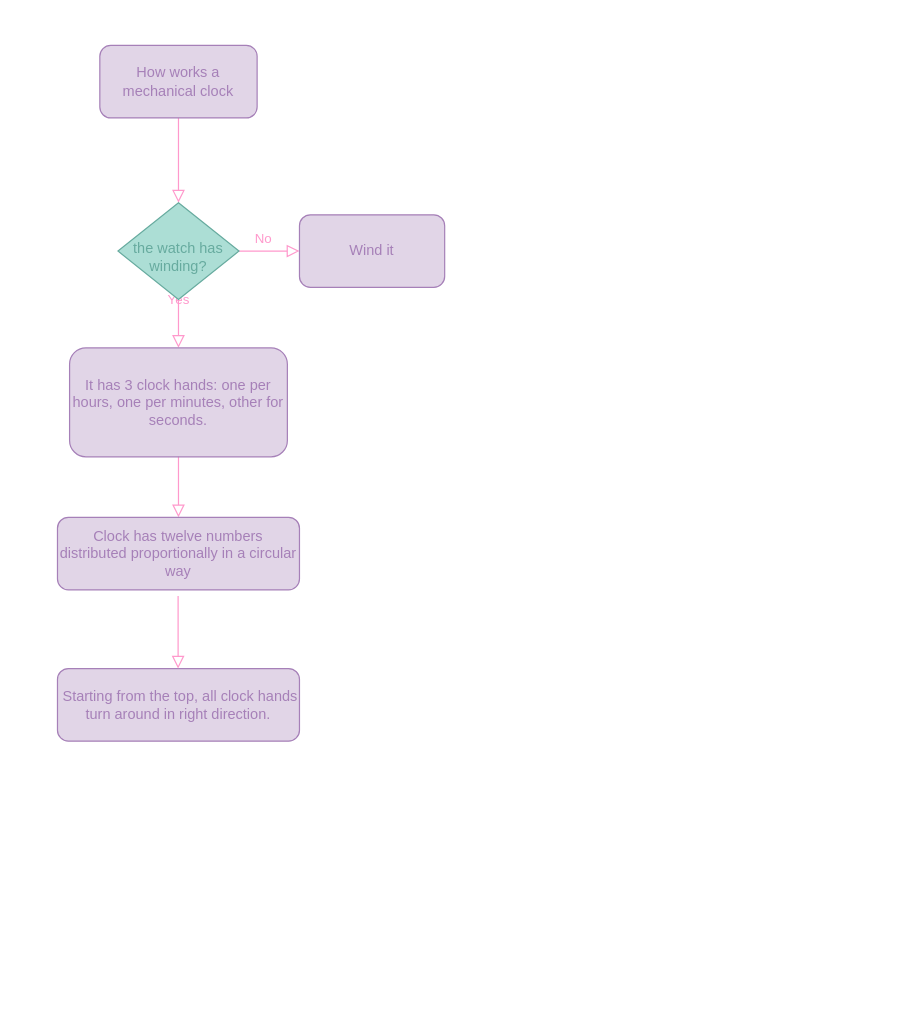
Earlier version of the draw.io diagram Untitled Diagram.drawio (PlatziMaster/challenge-prework-01). Source tidied: cells renumbered, new cells numbered last; positions are measured from the earlier drawing's top-left corner, leaving out a move shared by most shapes. Both pictures are drawn from the tidied source at 121%, with x=0, y=0 at pixel (57, 45).
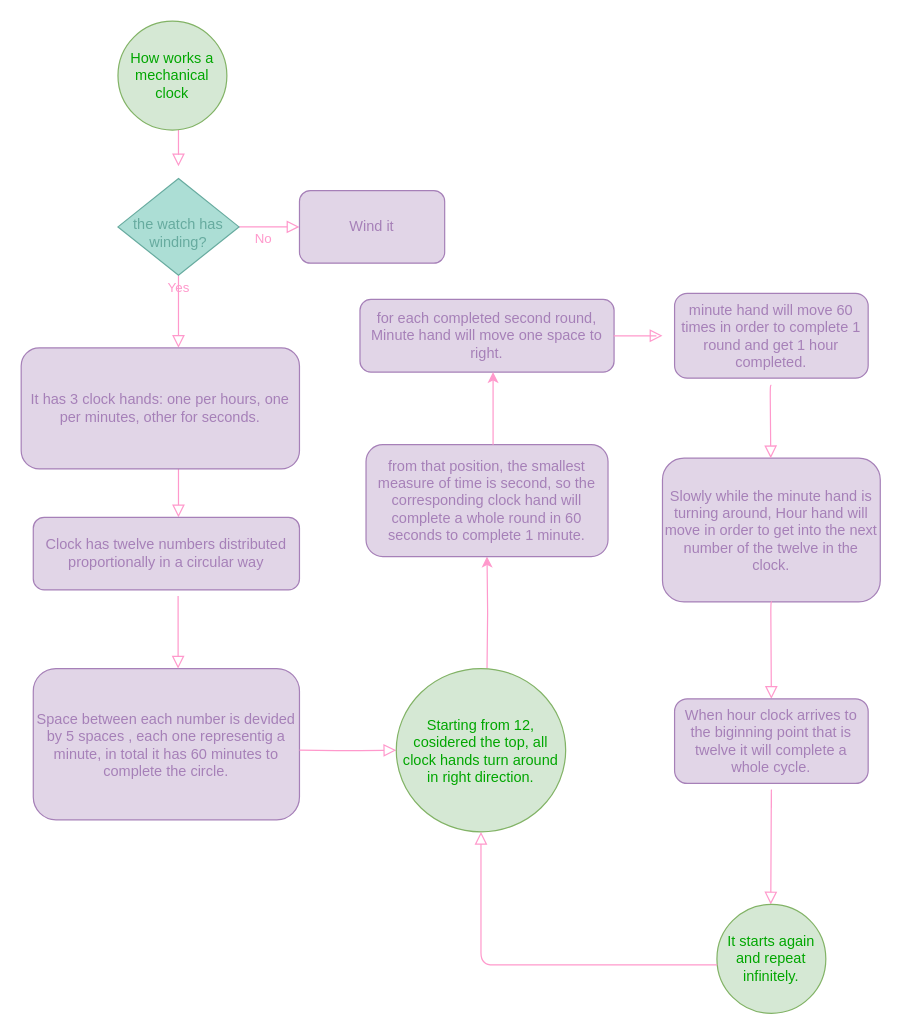
The same page after the edit.

Commit message:
Completed clock process.

The edit, as a diff of the source:
```diff
@@
-    <mxCell id="2" style="html=1;jettySize=auto;fontSize=11;endArrow=block;endFill=0;endSize=8;strokeWidth=1;shadow=0;labelBackgroundColor=none;edgeStyle=orthogonalEdgeStyle;fillColor=#d80073;strokeColor=#FF99CC;rounded=1;" parent="1" edge="1" source="3" target="6">
+    <mxCell id="2" style="html=1;jettySize=auto;orthogonalLoop=1;fontSize=11;endArrow=block;endFill=0;endSize=8;strokeWidth=1;shadow=0;labelBackgroundColor=none;edgeStyle=orthogonalEdgeStyle;fillColor=#d80073;strokeColor=#FF99CC;rounded=1;" parent="1" edge="1">
       <mxGeometry relative="1" as="geometry">
+        <mxPoint x="100" y="60" as="sourcePoint" />
+        <mxPoint x="100" y="100" as="targetPoint" />
         <Array as="points">
           <mxPoint x="100" y="90" />
           <mxPoint x="100" y="90" />
         </Array>
       </mxGeometry>
     </mxCell>
-    <mxCell id="3" value="&lt;font color=&quot;#a680b8&quot;&gt;How works a mechanical clock&lt;/font&gt;" style="rounded=1;whiteSpace=wrap;html=1;fontSize=12;glass=0;strokeWidth=1;shadow=0;fillColor=#e1d5e7;strokeColor=#A680B8;fontFamily=Helvetica;" parent="1" vertex="1">
-      <mxGeometry x="35" width="130" height="60" as="geometry" />
-    </mxCell>
@@
-    <mxCell id="5" style="edgeStyle=orthogonalEdgeStyle;html=1;jettySize=auto;fontSize=11;endArrow=block;endFill=0;endSize=8;strokeWidth=1;shadow=0;labelBackgroundColor=none;fillColor=#d80073;strokeColor=#FF99CC;rounded=1;" parent="1" edge="1" source="6">
-      <mxGeometry x="0.2" y="20" relative="1" as="geometry">
-        <mxPoint x="200" y="170" as="targetPoint" />
-      </mxGeometry>
+    <mxCell id="5" style="edgeStyle=orthogonalEdgeStyle;html=1;jettySize=auto;fontSize=11;endArrow=block;endFill=0;endSize=8;strokeWidth=1;shadow=0;labelBackgroundColor=none;fillColor=#d80073;strokeColor=#FF99CC;rounded=1;entryX=0;entryY=0.5;entryDx=0;entryDy=0;" parent="1" edge="1" source="6" target="9">
+      <mxGeometry x="0.2" y="20" relative="1" as="geometry" />
     </mxCell>
     <mxCell id="6" value="&lt;div&gt;&lt;font color=&quot;#67ab9f&quot;&gt;&lt;br&gt;&lt;/font&gt;&lt;/div&gt;&lt;div&gt;&lt;font color=&quot;#67ab9f&quot;&gt;the watch has winding?&lt;/font&gt;&lt;/div&gt;" style="rhombus;whiteSpace=wrap;html=1;shadow=0;fontFamily=Helvetica;fontSize=12;align=center;strokeWidth=1;spacing=6;spacingTop=-4;strokeColor=#67AB9F;fillColor=#ACDED5;" parent="1" vertex="1">
-      <mxGeometry x="50" y="130" width="100" height="80" as="geometry" />
+      <mxGeometry x="50" y="110" width="100" height="80" as="geometry" />
     </mxCell>
@@
     <mxCell id="8" value="&lt;span style=&quot;color: rgb(166 , 128 , 184)&quot;&gt;It has 3 clock hands: one per hours, one per minutes, other for seconds.&lt;/span&gt;" style="rounded=1;whiteSpace=wrap;html=1;fontSize=12;glass=0;strokeWidth=1;shadow=0;fillColor=#e1d5e7;strokeColor=#A680B8;fontFamily=Helvetica;" parent="1" vertex="1">
-      <mxGeometry x="10" y="250" width="180" height="90" as="geometry" />
+      <mxGeometry x="-30" y="250" width="230" height="100" as="geometry" />
     </mxCell>
     <mxCell id="9" value="&lt;font color=&quot;#a680b8&quot;&gt;Wind it&lt;/font&gt;" style="rounded=1;whiteSpace=wrap;html=1;fontSize=12;glass=0;strokeWidth=1;shadow=0;fillColor=#e1d5e7;strokeColor=#A680B8;fontFamily=Helvetica;" parent="1" vertex="1">
-      <mxGeometry x="200" y="140" width="120" height="60" as="geometry" />
+      <mxGeometry x="200" y="120" width="120" height="60" as="geometry" />
     </mxCell>
-    <mxCell id="10" value="&lt;font color=&quot;#a680b8&quot;&gt;&amp;nbsp;Starting from the top, all clock hands turn around in right direction.&lt;/font&gt;" style="rounded=1;whiteSpace=wrap;html=1;fontSize=12;glass=0;strokeWidth=1;shadow=0;fillColor=#e1d5e7;strokeColor=#A680B8;" parent="1" vertex="1">
-      <mxGeometry y="515" width="200" height="60" as="geometry" />
+    <mxCell id="10" value="&lt;font color=&quot;#a680b8&quot;&gt;Space between each number is devided by 5 spaces , each one representig a minute, in total it has 60 minutes to complete the circle.&lt;/font&gt;" style="rounded=1;whiteSpace=wrap;html=1;fontSize=12;glass=0;strokeWidth=1;shadow=0;fillColor=#e1d5e7;strokeColor=#A680B8;" parent="1" vertex="1">
+      <mxGeometry x="-20" y="515" width="220" height="125" as="geometry" />
     </mxCell>
     <mxCell id="11" value="&lt;span style=&quot;color: rgb(166 , 128 , 184)&quot;&gt;Clock has twelve numbers distributed proportionally in a circular way&lt;/span&gt;" style="rounded=1;whiteSpace=wrap;html=1;fontColor=#FF99CC;fillColor=#E1D5E7;strokeColor=#A680B8;fontFamily=Helvetica;" parent="1" vertex="1">
-      <mxGeometry y="390" width="200" height="60" as="geometry" />
+      <mxGeometry x="-20" y="390" width="220" height="60" as="geometry" />
     </mxCell>
@@
+    <mxCell id="13" style="edgeStyle=orthogonalEdgeStyle;rounded=0;jettySize=auto;html=1;shadow=0;strokeColor=#FF99CC;fontFamily=Helvetica;fontColor=#FF99CC;" parent="1" edge="1" target="15">
+      <mxGeometry relative="1" as="geometry">
+        <mxPoint x="355" y="515" as="sourcePoint" />
+      </mxGeometry>
+    </mxCell>
+    <mxCell id="14" style="edgeStyle=orthogonalEdgeStyle;html=1;jettySize=auto;fontSize=11;endArrow=block;endFill=0;endSize=8;strokeWidth=1;shadow=0;labelBackgroundColor=none;fillColor=#d80073;strokeColor=#FF99CC;rounded=1;entryX=0;entryY=0.5;entryDx=0;entryDy=0;" parent="1" edge="1" target="26">
+      <mxGeometry x="0.2" y="20" relative="1" as="geometry">
+        <mxPoint x="200" y="582.5" as="sourcePoint" />
+      </mxGeometry>
+    </mxCell>
+    <mxCell id="15" value="&lt;font color=&quot;#a680b8&quot;&gt;from that position, the smallest measure of time is second, so the corresponding clock hand will complete a whole round in 60 seconds to complete 1 minute.&lt;/font&gt;" style="whiteSpace=wrap;html=1;rounded=1;shadow=0;strokeColor=#A680B8;strokeWidth=1;fillColor=#e1d5e7;glass=0;" parent="1" vertex="1">
+      <mxGeometry x="255" y="330" width="200" height="92.5" as="geometry" />
+    </mxCell>
+    <mxCell id="3" value="&lt;font color=&quot;#00a600&quot;&gt;How works a mechanical clock&lt;/font&gt;" style="ellipse;whiteSpace=wrap;html=1;strokeColor=#82b366;fillColor=#d5e8d4;fontFamily=Helvetica;" parent="1" vertex="1">
+      <mxGeometry x="50" y="-20" width="90" height="90" as="geometry" />
+    </mxCell>
+    <mxCell id="16" value="for each completed second round, Minute hand will move one space to right." style="whiteSpace=wrap;html=1;rounded=1;shadow=0;strokeColor=#A680B8;strokeWidth=1;fillColor=#e1d5e7;glass=0;fontColor=#A680B8;" parent="1" vertex="1">
+      <mxGeometry x="250" y="210" width="210" height="60" as="geometry" />
+    </mxCell>
+    <mxCell id="17" style="edgeStyle=orthogonalEdgeStyle;rounded=0;orthogonalLoop=1;jettySize=auto;html=1;shadow=0;strokeColor=#FF99CC;fontFamily=Helvetica;fontColor=#FF99CC;" parent="1" edge="1">
+      <mxGeometry relative="1" as="geometry">
+        <mxPoint x="360" y="330" as="sourcePoint" />
+        <mxPoint x="360" y="270" as="targetPoint" />
+      </mxGeometry>
+    </mxCell>
+    <mxCell id="18" value="&lt;font&gt;minute hand will move 60 times in order to complete 1 round and get 1 hour completed.&lt;/font&gt;" style="rounded=1;whiteSpace=wrap;html=1;strokeColor=#A680B8;fillColor=#E1D5E7;fontFamily=Helvetica;fontColor=#A680B8;" parent="1" vertex="1">
+      <mxGeometry x="510" y="205" width="160" height="70" as="geometry" />
+    </mxCell>
+    <mxCell id="19" value="Slowly while the minute hand is turning around, Hour hand will move in order to get into the next number of the twelve in the clock." style="rounded=1;whiteSpace=wrap;html=1;strokeColor=#A680B8;fillColor=#E1D5E7;fontFamily=Helvetica;fontColor=#A680B8;" parent="1" vertex="1">
+      <mxGeometry x="500" y="341.2" width="180" height="118.8" as="geometry" />
+    </mxCell>
+    <mxCell id="20" style="edgeStyle=orthogonalEdgeStyle;html=1;jettySize=auto;orthogonalLoop=1;fontSize=11;endArrow=block;endFill=0;endSize=8;strokeWidth=1;shadow=0;labelBackgroundColor=none;fillColor=#d80073;strokeColor=#FF99CC;rounded=1;" parent="1" edge="1">
+      <mxGeometry x="0.2" y="20" relative="1" as="geometry">
+        <mxPoint x="495" y="240" as="sourcePoint" />
+        <mxPoint x="500" y="240" as="targetPoint" />
+        <Array as="points">
+          <mxPoint x="455" y="240" />
+        </Array>
+      </mxGeometry>
+    </mxCell>
+    <mxCell id="21" style="html=1;jettySize=auto;orthogonalLoop=1;fontSize=11;endArrow=block;endFill=0;endSize=8;strokeWidth=1;shadow=0;labelBackgroundColor=none;edgeStyle=orthogonalEdgeStyle;fillColor=#d80073;strokeColor=#FF99CC;rounded=1;" parent="1" edge="1">
+      <mxGeometry x="-0.38" y="-109" relative="1" as="geometry">
+        <mxPoint x="590" y="281" as="sourcePoint" />
+        <mxPoint x="589.5" y="341.2" as="targetPoint" />
+        <Array as="points">
+          <mxPoint x="589" y="281.2" />
+          <mxPoint x="589" y="281.2" />
+        </Array>
+      </mxGeometry>
+    </mxCell>
+    <mxCell id="22" style="html=1;jettySize=auto;orthogonalLoop=1;fontSize=11;endArrow=block;endFill=0;endSize=8;strokeWidth=1;shadow=0;labelBackgroundColor=none;edgeStyle=orthogonalEdgeStyle;fillColor=#d80073;strokeColor=#FF99CC;rounded=1;" parent="1" edge="1">
+      <mxGeometry x="-0.38" y="-109" relative="1" as="geometry">
+        <mxPoint x="590.5" y="460" as="sourcePoint" />
+        <mxPoint x="590" y="540" as="targetPoint" />
+        <Array as="points">
+          <mxPoint x="589.5" y="460.2" />
+          <mxPoint x="589.5" y="460.2" />
+        </Array>
+      </mxGeometry>
+    </mxCell>
+    <mxCell id="23" value="When hour clock arrives to the biginning point that is twelve it will complete a whole cycle." style="rounded=1;whiteSpace=wrap;html=1;strokeColor=#A680B8;fillColor=#E1D5E7;fontFamily=Helvetica;fontColor=#A680B8;" parent="1" vertex="1">
+      <mxGeometry x="510" y="540" width="160" height="70" as="geometry" />
+    </mxCell>
+    <mxCell id="24" style="html=1;jettySize=auto;orthogonalLoop=1;fontSize=11;endArrow=block;endFill=0;endSize=8;strokeWidth=1;shadow=0;labelBackgroundColor=none;edgeStyle=orthogonalEdgeStyle;fillColor=#d80073;strokeColor=#FF99CC;rounded=1;" parent="1" edge="1">
+      <mxGeometry x="-0.38" y="-109" relative="1" as="geometry">
+        <mxPoint x="590" y="630" as="sourcePoint" />
+        <mxPoint x="589.5" y="710" as="targetPoint" />
+        <Array as="points">
+          <mxPoint x="590" y="610" />
+        </Array>
+      </mxGeometry>
+    </mxCell>
+    <mxCell id="25" value="It starts again and repeat infinitely." style="ellipse;whiteSpace=wrap;html=1;strokeColor=#82b366;fillColor=#d5e8d4;fontFamily=Helvetica;fontColor=#00A600;" parent="1" vertex="1">
+      <mxGeometry x="545" y="710" width="90" height="90" as="geometry" />
+    </mxCell>
+    <mxCell id="26" value="&lt;span style=&quot;&quot;&gt;Starting from 12, cosidered the top, all clock hands turn around in right direction.&lt;/span&gt;" style="ellipse;whiteSpace=wrap;html=1;strokeColor=#82b366;fillColor=#d5e8d4;fontFamily=Helvetica;fontColor=#00A600;" parent="1" vertex="1">
+      <mxGeometry x="280" y="515" width="140" height="135" as="geometry" />
+    </mxCell>
+    <mxCell id="27" style="html=1;jettySize=auto;fontSize=11;endArrow=block;endFill=0;endSize=8;strokeWidth=1;shadow=0;labelBackgroundColor=none;edgeStyle=orthogonalEdgeStyle;fillColor=#d80073;strokeColor=#FF99CC;rounded=1;entryX=0.5;entryY=1;entryDx=0;entryDy=0;" parent="1" edge="1" source="25" target="26">
+      <mxGeometry x="-0.38" y="-109" relative="1" as="geometry">
+        <Array as="points">
+          <mxPoint x="350" y="760" />
+        </Array>
+      </mxGeometry>
+    </mxCell>
```
